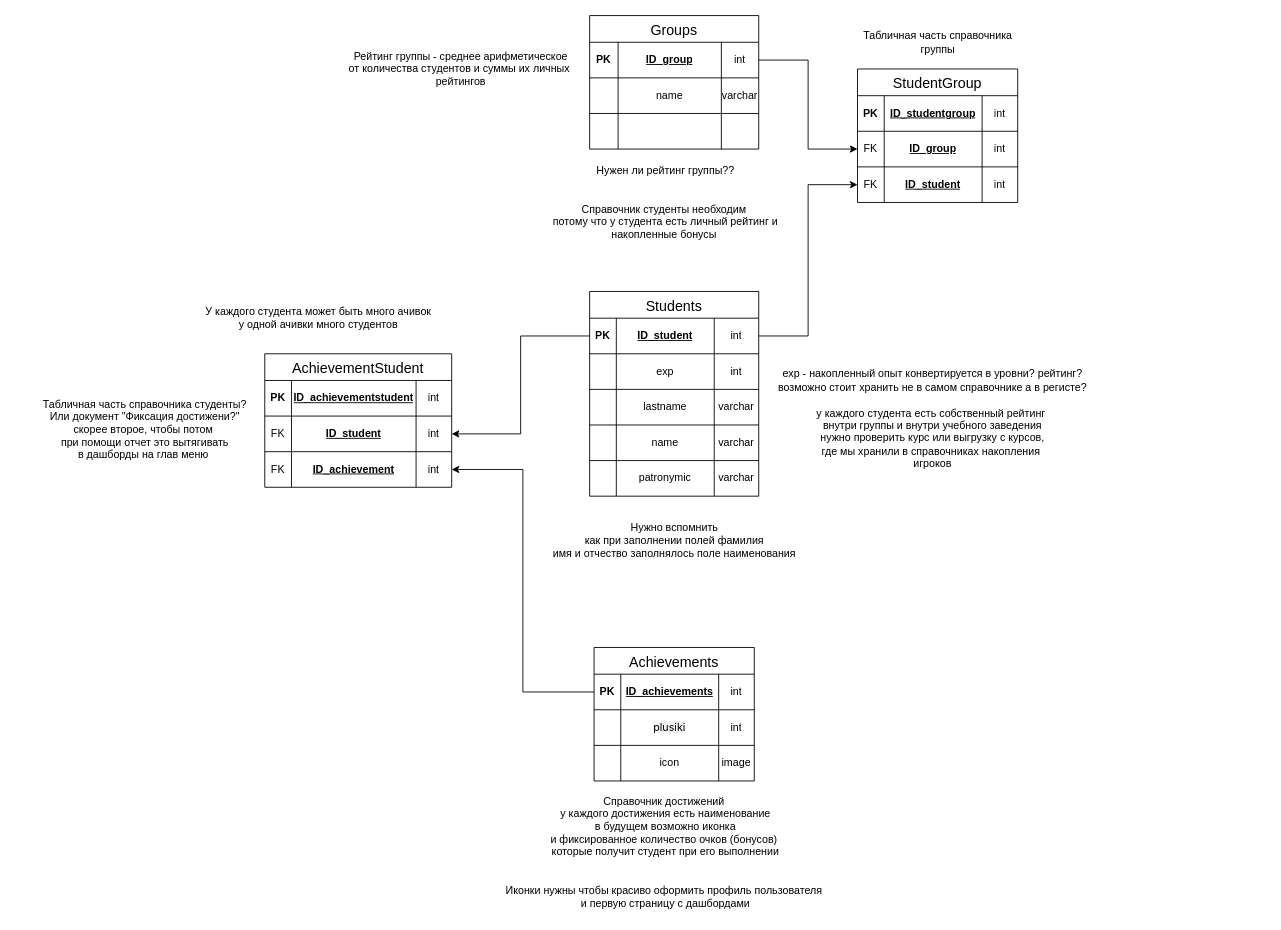
This is День1_ER-диаграммаВПроцессе.drawio from LerkaIssy/ProductionPractice, a draw.io file, before an edit. Source tidied: cells renumbered, new cells numbered last; positions are measured from the earlier drawing's top-left corner, leaving out a move shared by most shapes. Both pictures are drawn from the tidied source at 89%, with x=0, y=0 at pixel (33, 15).
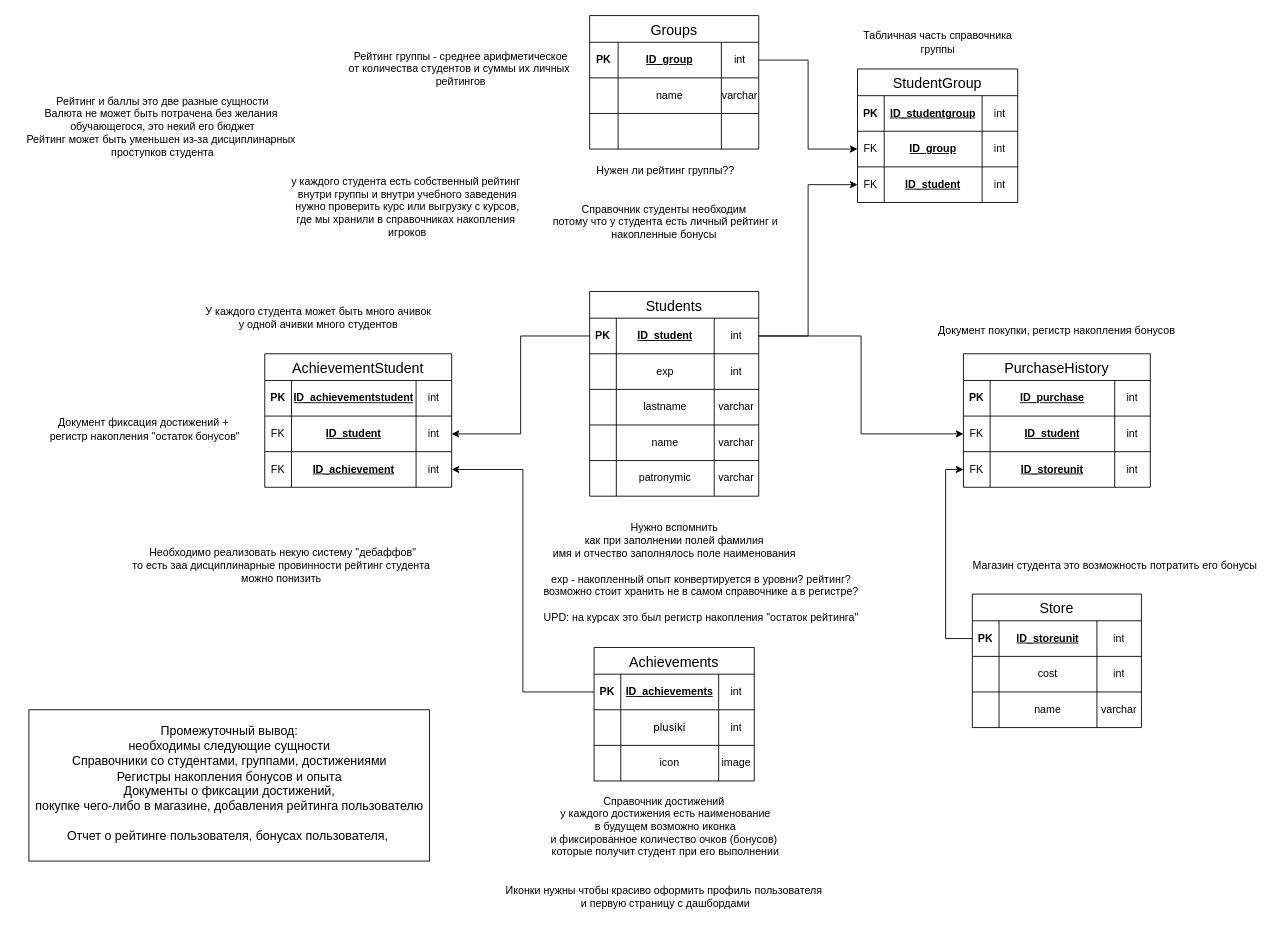
Above is the later version.

Unchanged cells that the change refers to:
```xml
<mxCell id="6" style="shape=tableRow;horizontal=0;startSize=0;swimlaneHead=0;swimlaneBody=0;strokeColor=inherit;top=0;left=0;bottom=0;right=0;fillColor=none;points=[[0,0.5],[1,0.5]];portConstraint=eastwest;fontSize=12;" parent="5" vertex="1">
  <mxGeometry y="30" width="190" height="40" as="geometry" />
</mxCell>
```

Diff of the diagram source:
```diff
@@
-    <mxCell id="83" value="exp - накопленный опыт конвертируется в уровни? рейтинг?&lt;div&gt;возможно стоит хранить не в самом справочнике а в регисте?&lt;/div&gt;" style="text;html=1;align=center;verticalAlign=middle;strokeColor=none;fillColor=none;" parent="1" vertex="1">
-      <mxGeometry x="825" y="390" width="370" height="40" as="geometry" />
+    <mxCell id="83" value="exp - накопленный опыт конвертируется в уровни? рейтинг?&lt;div&gt;возможно стоит хранить не в самом справочнике а в регистре?&lt;/div&gt;&lt;div&gt;&lt;br&gt;&lt;/div&gt;&lt;div&gt;UPD: на курсах это был регистр накопления &quot;остаток рейтинга&quot;&lt;/div&gt;" style="text;html=1;align=center;verticalAlign=middle;strokeColor=none;fillColor=none;" parent="1" vertex="1">
+      <mxGeometry x="560" y="620" width="380" height="70" as="geometry" />
     </mxCell>
     <mxCell id="84" value="у каждого студента есть собственный рейтинг&amp;nbsp;&lt;div&gt;внутри группы и внутри учебного заведения&lt;/div&gt;&lt;div&gt;нужно проверить курс или выгрузку с курсов,&lt;/div&gt;&lt;div&gt;где мы хранили в справочниках накопления&amp;nbsp;&lt;/div&gt;&lt;div&gt;игроков&lt;/div&gt;" style="text;html=1;align=center;verticalAlign=middle;strokeColor=none;fillColor=none;" parent="1" vertex="1">
-      <mxGeometry x="870" y="430" width="280" height="90" as="geometry" />
+      <mxGeometry x="280" y="170" width="280" height="90" as="geometry" />
     </mxCell>
@@
-    <mxCell id="86" value="Табличная часть справочника студенты?&lt;div&gt;Или документ &quot;Фиксация достижени?&quot;&lt;/div&gt;&lt;div&gt;скорее второе, чтобы потом&amp;nbsp;&lt;/div&gt;&lt;div&gt;при помощи отчет это вытягивать&lt;/div&gt;&lt;div&gt;в дашборды на глав меню&amp;nbsp;&lt;/div&gt;" style="text;html=1;align=center;verticalAlign=middle;strokeColor=none;fillColor=none;" parent="1" vertex="1">
-      <mxGeometry y="420" width="250" height="90" as="geometry" />
+    <mxCell id="86" value="Документ фиксация достижений +&amp;nbsp;&lt;div&gt;регистр накопления &quot;остаток бонусов&quot;&lt;/div&gt;" style="text;html=1;align=center;verticalAlign=middle;strokeColor=none;fillColor=none;" parent="1" vertex="1">
+      <mxGeometry x="5" y="445" width="240" height="40" as="geometry" />
     </mxCell>
@@
+    <mxCell id="88" value="Необходимо реализовать некую систему &quot;дебаффов&quot;&lt;div&gt;то есть заа дисциплинарные провинности рейтинг студента&amp;nbsp;&lt;/div&gt;&lt;div&gt;можно понизить&amp;nbsp;&lt;/div&gt;&lt;div&gt;&lt;br&gt;&lt;/div&gt;" style="text;html=1;align=center;verticalAlign=middle;strokeColor=none;fillColor=none;" parent="1" vertex="1">
+      <mxGeometry x="100" y="590" width="360" height="70" as="geometry" />
+    </mxCell>
+    <mxCell id="89" value="Рейтинг и баллы это две разные сущности&lt;div&gt;Валюта не может быть потрачена без желания&amp;nbsp;&lt;/div&gt;&lt;div&gt;обучающегося, это некий его бюджет&lt;/div&gt;&lt;div&gt;Рейтинг может быть уменьшен из-за дисциплинарных&amp;nbsp;&lt;/div&gt;&lt;div&gt;проступков студента&lt;/div&gt;" style="text;html=1;align=center;verticalAlign=middle;strokeColor=none;fillColor=none;" parent="1" vertex="1">
+      <mxGeometry x="-20" y="80" width="330" height="90" as="geometry" />
+    </mxCell>
+    <mxCell id="90" value="Store" style="shape=table;startSize=30;childLayout=tableLayout;strokeColor=default;fontSize=16;" parent="1" vertex="1">
+      <mxGeometry x="1055" y="650" width="190" height="150" as="geometry" />
+    </mxCell>
+    <mxCell id="91" style="shape=tableRow;horizontal=0;startSize=0;swimlaneHead=0;swimlaneBody=0;strokeColor=inherit;top=0;left=0;bottom=0;right=0;fillColor=none;points=[[0,0.5],[1,0.5]];portConstraint=eastwest;fontSize=12;" parent="90" vertex="1">
+      <mxGeometry y="30" width="190" height="40" as="geometry" />
+    </mxCell>
+    <mxCell id="92" value="&lt;span style=&quot;font-weight: 700;&quot;&gt;PK&lt;/span&gt;" style="shape=partialRectangle;html=1;whiteSpace=wrap;strokeColor=inherit;overflow=hidden;fillColor=none;top=0;left=0;bottom=0;right=0;fontSize=12;" parent="91" vertex="1">
+      <mxGeometry width="30" height="40" as="geometry" />
+    </mxCell>
+    <mxCell id="93" value="&lt;span style=&quot;font-weight: 700; text-align: left; text-decoration-line: underline;&quot;&gt;ID_storeunit&lt;/span&gt;" style="shape=partialRectangle;html=1;whiteSpace=wrap;strokeColor=inherit;overflow=hidden;fillColor=none;top=0;left=0;bottom=0;right=0;fontSize=12;" parent="91" vertex="1">
+      <mxGeometry x="30" width="110" height="40" as="geometry" />
+    </mxCell>
+    <mxCell id="94" value="int" style="shape=partialRectangle;html=1;whiteSpace=wrap;strokeColor=inherit;overflow=hidden;fillColor=none;top=0;left=0;bottom=0;right=0;fontSize=12;" parent="91" vertex="1">
+      <mxGeometry x="140" width="50" height="40" as="geometry" />
+    </mxCell>
+    <mxCell id="95" style="shape=tableRow;horizontal=0;startSize=0;swimlaneHead=0;swimlaneBody=0;strokeColor=inherit;top=0;left=0;bottom=0;right=0;fillColor=none;fontSize=12;" parent="90" vertex="1">
+      <mxGeometry y="70" width="190" height="40" as="geometry" />
+    </mxCell>
+    <mxCell id="96" style="shape=partialRectangle;html=1;whiteSpace=wrap;strokeColor=inherit;overflow=hidden;fillColor=none;top=0;left=0;bottom=0;right=0;fontSize=12;" parent="95" vertex="1">
+      <mxGeometry width="30" height="40" as="geometry" />
+    </mxCell>
+    <mxCell id="97" value="cost" style="shape=partialRectangle;html=1;whiteSpace=wrap;strokeColor=inherit;overflow=hidden;fillColor=none;top=0;left=0;bottom=0;right=0;fontSize=12;" parent="95" vertex="1">
+      <mxGeometry x="30" width="110" height="40" as="geometry" />
+    </mxCell>
+    <mxCell id="98" value="int" style="shape=partialRectangle;html=1;whiteSpace=wrap;strokeColor=inherit;overflow=hidden;fillColor=none;top=0;left=0;bottom=0;right=0;fontSize=12;" parent="95" vertex="1">
+      <mxGeometry x="140" width="50" height="40" as="geometry" />
+    </mxCell>
+    <mxCell id="99" style="shape=tableRow;horizontal=0;startSize=0;swimlaneHead=0;swimlaneBody=0;strokeColor=inherit;top=0;left=0;bottom=0;right=0;fillColor=none;fontSize=12;" parent="90" vertex="1">
+      <mxGeometry y="110" width="190" height="40" as="geometry" />
+    </mxCell>
+    <mxCell id="100" style="shape=partialRectangle;html=1;whiteSpace=wrap;strokeColor=inherit;overflow=hidden;fillColor=none;top=0;left=0;bottom=0;right=0;fontSize=12;" parent="99" vertex="1">
+      <mxGeometry width="30" height="40" as="geometry" />
+    </mxCell>
+    <mxCell id="101" value="name" style="shape=partialRectangle;html=1;whiteSpace=wrap;strokeColor=inherit;overflow=hidden;fillColor=none;top=0;left=0;bottom=0;right=0;fontSize=12;" parent="99" vertex="1">
+      <mxGeometry x="30" width="110" height="40" as="geometry" />
+    </mxCell>
+    <mxCell id="102" value="varchar" style="shape=partialRectangle;html=1;whiteSpace=wrap;strokeColor=inherit;overflow=hidden;fillColor=none;top=0;left=0;bottom=0;right=0;fontSize=12;" parent="99" vertex="1">
+      <mxGeometry x="140" width="50" height="40" as="geometry" />
+    </mxCell>
+    <mxCell id="103" value="Магазин студента это возможность потратить его бонусы&lt;div&gt;&lt;br&gt;&lt;/div&gt;" style="text;html=1;align=center;verticalAlign=middle;strokeColor=none;fillColor=none;" parent="1" vertex="1">
+      <mxGeometry x="1045" y="605" width="340" height="40" as="geometry" />
+    </mxCell>
+    <mxCell id="104" value="PurchaseHistory" style="shape=table;startSize=30;childLayout=tableLayout;strokeColor=default;fontSize=16;" parent="1" vertex="1">
+      <mxGeometry x="1045" y="380" width="210" height="150" as="geometry" />
+    </mxCell>
+    <mxCell id="105" style="shape=tableRow;horizontal=0;startSize=0;swimlaneHead=0;swimlaneBody=0;strokeColor=inherit;top=0;left=0;bottom=0;right=0;fillColor=none;fontSize=12;" parent="104" vertex="1">
+      <mxGeometry y="30" width="210" height="40" as="geometry" />
+    </mxCell>
+    <mxCell id="106" value="&lt;span style=&quot;font-weight: 700;&quot;&gt;PK&lt;/span&gt;" style="shape=partialRectangle;html=1;whiteSpace=wrap;strokeColor=inherit;overflow=hidden;fillColor=none;top=0;left=0;bottom=0;right=0;fontSize=12;" parent="105" vertex="1">
+      <mxGeometry width="30" height="40" as="geometry" />
+    </mxCell>
+    <mxCell id="107" value="&lt;span style=&quot;font-weight: 700; text-align: left; text-decoration-line: underline;&quot;&gt;ID_&lt;/span&gt;&lt;b&gt;&lt;u&gt;purchase&lt;/u&gt;&lt;/b&gt;" style="shape=partialRectangle;html=1;whiteSpace=wrap;strokeColor=inherit;overflow=hidden;fillColor=none;top=0;left=0;bottom=0;right=0;fontSize=12;" parent="105" vertex="1">
+      <mxGeometry x="30" width="140" height="40" as="geometry" />
+    </mxCell>
+    <mxCell id="108" value="int" style="shape=partialRectangle;html=1;whiteSpace=wrap;strokeColor=inherit;overflow=hidden;fillColor=none;top=0;left=0;bottom=0;right=0;fontSize=12;" parent="105" vertex="1">
+      <mxGeometry x="170" width="40" height="40" as="geometry" />
+    </mxCell>
+    <mxCell id="109" style="shape=tableRow;horizontal=0;startSize=0;swimlaneHead=0;swimlaneBody=0;strokeColor=inherit;top=0;left=0;bottom=0;right=0;fillColor=none;points=[[0,0.5],[1,0.5]];portConstraint=eastwest;fontSize=12;" parent="104" vertex="1">
+      <mxGeometry y="70" width="210" height="40" as="geometry" />
+    </mxCell>
+    <mxCell id="110" value="FK" style="shape=partialRectangle;html=1;whiteSpace=wrap;strokeColor=inherit;overflow=hidden;fillColor=none;top=0;left=0;bottom=0;right=0;fontSize=12;" parent="109" vertex="1">
+      <mxGeometry width="30" height="40" as="geometry" />
+    </mxCell>
+    <mxCell id="111" value="&lt;span style=&quot;font-weight: 700; text-align: left; text-decoration-line: underline;&quot;&gt;ID_student&lt;/span&gt;" style="shape=partialRectangle;html=1;whiteSpace=wrap;strokeColor=inherit;overflow=hidden;fillColor=none;top=0;left=0;bottom=0;right=0;fontSize=12;" parent="109" vertex="1">
+      <mxGeometry x="30" width="140" height="40" as="geometry" />
+    </mxCell>
+    <mxCell id="112" value="int" style="shape=partialRectangle;html=1;whiteSpace=wrap;strokeColor=inherit;overflow=hidden;fillColor=none;top=0;left=0;bottom=0;right=0;fontSize=12;" parent="109" vertex="1">
+      <mxGeometry x="170" width="40" height="40" as="geometry" />
+    </mxCell>
+    <mxCell id="113" style="shape=tableRow;horizontal=0;startSize=0;swimlaneHead=0;swimlaneBody=0;strokeColor=inherit;top=0;left=0;bottom=0;right=0;fillColor=none;points=[[0,0.5],[1,0.5]];portConstraint=eastwest;fontSize=12;" parent="104" vertex="1">
+      <mxGeometry y="110" width="210" height="40" as="geometry" />
+    </mxCell>
+    <mxCell id="114" value="FK" style="shape=partialRectangle;html=1;whiteSpace=wrap;strokeColor=inherit;overflow=hidden;fillColor=none;top=0;left=0;bottom=0;right=0;fontSize=12;" parent="113" vertex="1">
+      <mxGeometry width="30" height="40" as="geometry" />
+    </mxCell>
+    <mxCell id="115" value="&lt;span style=&quot;font-weight: 700; text-align: left; text-decoration-line: underline;&quot;&gt;ID_storeunit&lt;/span&gt;" style="shape=partialRectangle;html=1;whiteSpace=wrap;strokeColor=inherit;overflow=hidden;fillColor=none;top=0;left=0;bottom=0;right=0;fontSize=12;" parent="113" vertex="1">
+      <mxGeometry x="30" width="140" height="40" as="geometry" />
+    </mxCell>
+    <mxCell id="116" value="int" style="shape=partialRectangle;html=1;whiteSpace=wrap;strokeColor=inherit;overflow=hidden;fillColor=none;top=0;left=0;bottom=0;right=0;fontSize=12;" parent="113" vertex="1">
+      <mxGeometry x="170" width="40" height="40" as="geometry" />
+    </mxCell>
+    <mxCell id="117" style="edgeStyle=orthogonalEdgeStyle;rounded=0;jettySize=auto;html=1;exitX=0;exitY=0.5;exitDx=0;exitDy=0;entryX=0;entryY=0.5;entryDx=0;entryDy=0;" parent="1" edge="1" source="91" target="113">
+      <mxGeometry relative="1" as="geometry" />
+    </mxCell>
+    <mxCell id="118" style="edgeStyle=orthogonalEdgeStyle;rounded=0;jettySize=auto;html=1;exitX=1;exitY=0.5;exitDx=0;exitDy=0;entryX=0;entryY=0.5;entryDx=0;entryDy=0;" parent="1" edge="1" source="6" target="109">
+      <mxGeometry relative="1" as="geometry" />
+    </mxCell>
+    <mxCell id="119" value="&lt;div style=&quot;forced-color-adjust: none;&quot;&gt;Документ покупки, регистр накопления бонусов&lt;/div&gt;" style="text;whiteSpace=wrap;html=1;align=center;" parent="1" vertex="1">
+      <mxGeometry x="975" y="340" width="350" height="30" as="geometry" />
+    </mxCell>
+    <mxCell id="120" value="&lt;font style=&quot;font-size: 14px;&quot;&gt;Промежуточный вывод:&lt;/font&gt;&lt;div&gt;&lt;font style=&quot;font-size: 14px;&quot;&gt;необходимы следующие сущности&lt;/font&gt;&lt;/div&gt;&lt;div&gt;&lt;font style=&quot;font-size: 14px;&quot;&gt;Справочники со студентами, группами, достижениями&lt;/font&gt;&lt;/div&gt;&lt;div&gt;&lt;font style=&quot;font-size: 14px;&quot;&gt;Регистры накопления бонусов и опыта&lt;/font&gt;&lt;/div&gt;&lt;div&gt;&lt;font style=&quot;font-size: 14px;&quot;&gt;Документы о фиксации достижений,&lt;/font&gt;&lt;/div&gt;&lt;div&gt;&lt;font style=&quot;font-size: 14px;&quot;&gt;покупке чего-либо в магазине, добавления рейтинга пользователю&lt;/font&gt;&lt;/div&gt;&lt;div&gt;&lt;font style=&quot;font-size: 14px;&quot;&gt;&lt;br&gt;&lt;/font&gt;&lt;/div&gt;&lt;div&gt;&lt;font style=&quot;font-size: 14px;&quot;&gt;Отчет о рейтинге пользователя, бонусах пользователя,&amp;nbsp;&lt;/font&gt;&lt;/div&gt;&lt;div&gt;&lt;br&gt;&lt;/div&gt;" style="text;html=1;align=center;verticalAlign=middle;strokeColor=none;fillColor=none;" parent="1" vertex="1">
+      <mxGeometry x="-10" y="790" width="460" height="160" as="geometry" />
+    </mxCell>
+    <mxCell id="121" style="rounded=0;whiteSpace=wrap;html=1;fillColor=none;" parent="1" vertex="1">
+      <mxGeometry x="-5" y="780" width="450" height="170" as="geometry" />
+    </mxCell>
```
